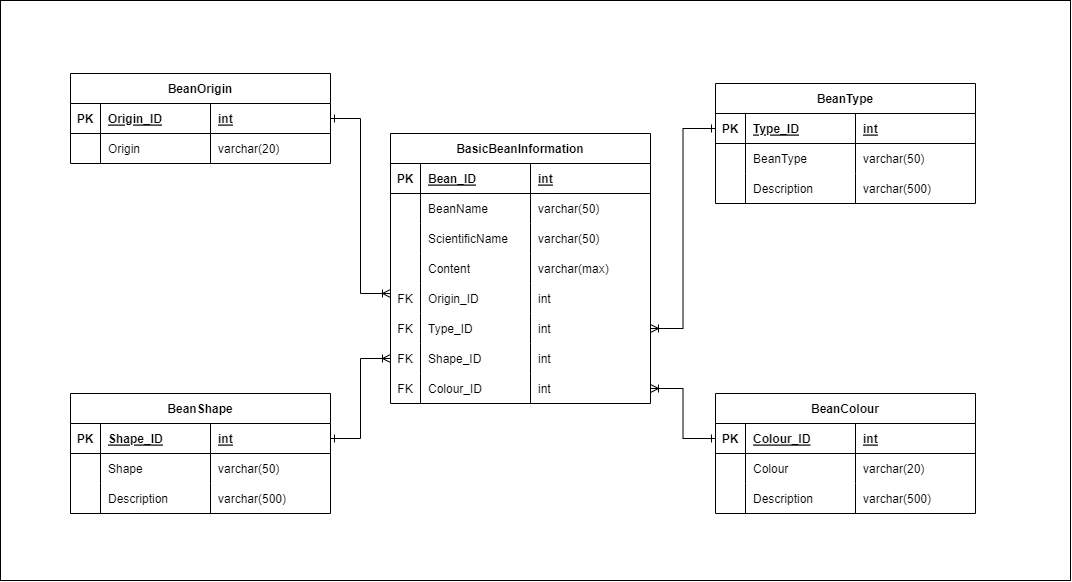
Before: ERD/BRD.drawio.png, a diagram exported from draw.io (BBD-Beanpedia/Beanpedia). Source tidied: cells renumbered, new cells last; positions are measured from the earlier drawing's top-left corner, leaving out a move shared by most shapes.
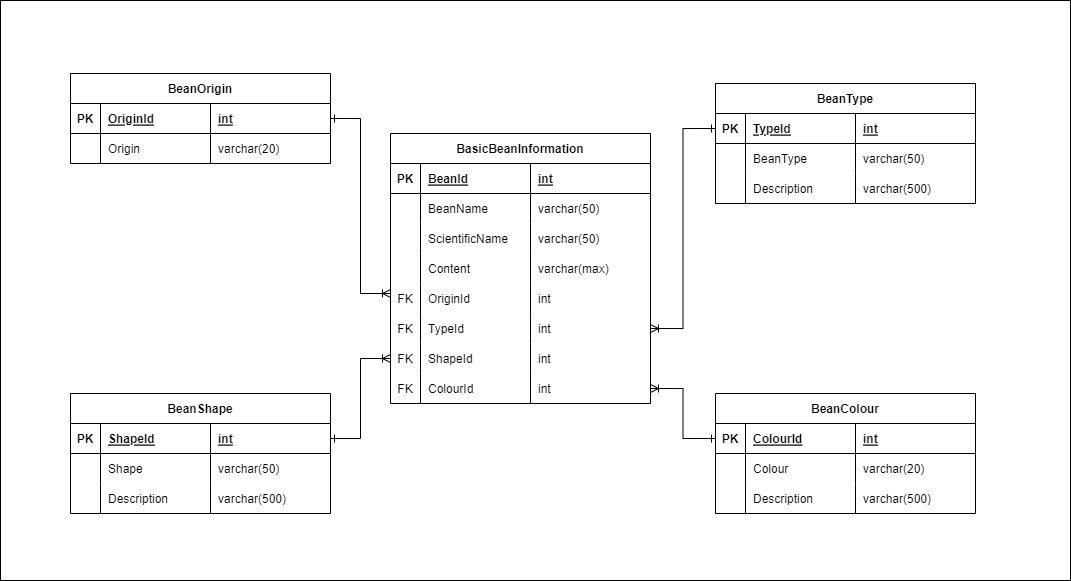
The same file after the commit.

The edit, as a diff of the source:
```diff
@@ -14,7 +14,7 @@
     <mxCell id="5" value="PK" style="shape=partialRectangle;overflow=hidden;fillColor=none;top=0;left=0;bottom=0;right=0;fontStyle=1;" parent="4" vertex="1">
       <mxGeometry width="30" height="30" as="geometry" />
     </mxCell>
-    <mxCell id="6" value="Shape_ID" style="shape=partialRectangle;overflow=hidden;fillColor=none;top=0;left=0;bottom=0;right=0;align=left;spacingLeft=6;fontStyle=5;" parent="4" vertex="1">
+    <mxCell id="6" value="ShapeId" style="shape=partialRectangle;overflow=hidden;fillColor=none;top=0;left=0;bottom=0;right=0;align=left;spacingLeft=6;fontStyle=5;" parent="4" vertex="1">
       <mxGeometry x="30" width="110" height="30" as="geometry" />
     </mxCell>
     <mxCell id="7" value="int" style="shape=partialRectangle;overflow=hidden;fillColor=none;top=0;left=0;bottom=0;right=0;align=left;spacingLeft=6;fontStyle=5;" parent="4" vertex="1">
@@ -53,7 +53,7 @@
     <mxCell id="18" value="PK" style="shape=partialRectangle;overflow=hidden;fillColor=none;top=0;left=0;bottom=0;right=0;fontStyle=1;" parent="17" vertex="1">
       <mxGeometry width="30" height="30" as="geometry" />
     </mxCell>
-    <mxCell id="19" value="Origin_ID" style="shape=partialRectangle;overflow=hidden;fillColor=none;top=0;left=0;bottom=0;right=0;align=left;spacingLeft=6;fontStyle=5;" parent="17" vertex="1">
+    <mxCell id="19" value="OriginId" style="shape=partialRectangle;overflow=hidden;fillColor=none;top=0;left=0;bottom=0;right=0;align=left;spacingLeft=6;fontStyle=5;" parent="17" vertex="1">
       <mxGeometry x="30" width="110" height="30" as="geometry" />
     </mxCell>
     <mxCell id="20" value="int" style="shape=partialRectangle;overflow=hidden;fillColor=none;top=0;left=0;bottom=0;right=0;align=left;spacingLeft=6;fontStyle=5;" parent="17" vertex="1">
@@ -80,7 +80,7 @@
     <mxCell id="27" value="PK" style="shape=partialRectangle;overflow=hidden;fillColor=none;top=0;left=0;bottom=0;right=0;fontStyle=1;" parent="26" vertex="1">
       <mxGeometry width="30" height="30" as="geometry" />
     </mxCell>
-    <mxCell id="28" value="Bean_ID" style="shape=partialRectangle;overflow=hidden;fillColor=none;top=0;left=0;bottom=0;right=0;align=left;spacingLeft=6;fontStyle=5;" parent="26" vertex="1">
+    <mxCell id="28" value="BeanId" style="shape=partialRectangle;overflow=hidden;fillColor=none;top=0;left=0;bottom=0;right=0;align=left;spacingLeft=6;fontStyle=5;" parent="26" vertex="1">
       <mxGeometry x="30" width="110" height="30" as="geometry" />
     </mxCell>
     <mxCell id="29" value="int" style="shape=partialRectangle;overflow=hidden;fillColor=none;top=0;left=0;bottom=0;right=0;align=left;spacingLeft=6;fontStyle=5;" parent="26" vertex="1">
@@ -128,7 +128,7 @@
     <mxCell id="43" value="FK" style="shape=partialRectangle;overflow=hidden;fillColor=none;top=0;left=0;bottom=0;right=0;" parent="42" vertex="1">
       <mxGeometry width="30" height="30" as="geometry" />
     </mxCell>
-    <mxCell id="44" value="Origin_ID" style="shape=partialRectangle;overflow=hidden;fillColor=none;top=0;left=0;bottom=0;right=0;align=left;spacingLeft=6;" parent="42" vertex="1">
+    <mxCell id="44" value="OriginId" style="shape=partialRectangle;overflow=hidden;fillColor=none;top=0;left=0;bottom=0;right=0;align=left;spacingLeft=6;" parent="42" vertex="1">
       <mxGeometry x="30" width="110" height="30" as="geometry" />
     </mxCell>
     <mxCell id="45" value="int" style="shape=partialRectangle;overflow=hidden;fillColor=none;top=0;left=0;bottom=0;right=0;align=left;spacingLeft=6;" parent="42" vertex="1">
@@ -140,7 +140,7 @@
     <mxCell id="47" value="FK" style="shape=partialRectangle;overflow=hidden;fillColor=none;top=0;left=0;bottom=0;right=0;" parent="46" vertex="1">
       <mxGeometry width="30" height="30" as="geometry" />
     </mxCell>
-    <mxCell id="48" value="Type_ID" style="shape=partialRectangle;overflow=hidden;fillColor=none;top=0;left=0;bottom=0;right=0;align=left;spacingLeft=6;" parent="46" vertex="1">
+    <mxCell id="48" value="TypeId" style="shape=partialRectangle;overflow=hidden;fillColor=none;top=0;left=0;bottom=0;right=0;align=left;spacingLeft=6;" parent="46" vertex="1">
       <mxGeometry x="30" width="110" height="30" as="geometry" />
     </mxCell>
     <mxCell id="49" value="int" style="shape=partialRectangle;overflow=hidden;fillColor=none;top=0;left=0;bottom=0;right=0;align=left;spacingLeft=6;" parent="46" vertex="1">
@@ -152,7 +152,7 @@
     <mxCell id="51" value="FK" style="shape=partialRectangle;overflow=hidden;fillColor=none;top=0;left=0;bottom=0;right=0;" parent="50" vertex="1">
       <mxGeometry width="30" height="30" as="geometry" />
     </mxCell>
-    <mxCell id="52" value="Shape_ID" style="shape=partialRectangle;overflow=hidden;fillColor=none;top=0;left=0;bottom=0;right=0;align=left;spacingLeft=6;" parent="50" vertex="1">
+    <mxCell id="52" value="ShapeId" style="shape=partialRectangle;overflow=hidden;fillColor=none;top=0;left=0;bottom=0;right=0;align=left;spacingLeft=6;" parent="50" vertex="1">
       <mxGeometry x="30" width="110" height="30" as="geometry" />
     </mxCell>
     <mxCell id="53" value="int" style="shape=partialRectangle;overflow=hidden;fillColor=none;top=0;left=0;bottom=0;right=0;align=left;spacingLeft=6;" parent="50" vertex="1">
@@ -164,7 +164,7 @@
     <mxCell id="55" value="FK" style="shape=partialRectangle;overflow=hidden;fillColor=none;top=0;left=0;bottom=0;right=0;" parent="54" vertex="1">
       <mxGeometry width="30" height="30" as="geometry" />
     </mxCell>
-    <mxCell id="56" value="Colour_ID" style="shape=partialRectangle;overflow=hidden;fillColor=none;top=0;left=0;bottom=0;right=0;align=left;spacingLeft=6;" parent="54" vertex="1">
+    <mxCell id="56" value="ColourId" style="shape=partialRectangle;overflow=hidden;fillColor=none;top=0;left=0;bottom=0;right=0;align=left;spacingLeft=6;" parent="54" vertex="1">
       <mxGeometry x="30" width="110" height="30" as="geometry" />
     </mxCell>
     <mxCell id="57" value="int" style="shape=partialRectangle;overflow=hidden;fillColor=none;top=0;left=0;bottom=0;right=0;align=left;spacingLeft=6;" parent="54" vertex="1">
@@ -179,7 +179,7 @@
     <mxCell id="60" value="PK" style="shape=partialRectangle;overflow=hidden;fillColor=none;top=0;left=0;bottom=0;right=0;fontStyle=1;" parent="59" vertex="1">
       <mxGeometry width="30" height="30" as="geometry" />
     </mxCell>
-    <mxCell id="61" value="Type_ID" style="shape=partialRectangle;overflow=hidden;fillColor=none;top=0;left=0;bottom=0;right=0;align=left;spacingLeft=6;fontStyle=5;" parent="59" vertex="1">
+    <mxCell id="61" value="TypeId" style="shape=partialRectangle;overflow=hidden;fillColor=none;top=0;left=0;bottom=0;right=0;align=left;spacingLeft=6;fontStyle=5;" parent="59" vertex="1">
       <mxGeometry x="30" width="110" height="30" as="geometry" />
     </mxCell>
     <mxCell id="62" value="int" style="shape=partialRectangle;overflow=hidden;fillColor=none;top=0;left=0;bottom=0;right=0;align=left;spacingLeft=6;fontStyle=5;" parent="59" vertex="1">
@@ -227,7 +227,7 @@
     <mxCell id="76" value="PK" style="shape=partialRectangle;overflow=hidden;fillColor=none;top=0;left=0;bottom=0;right=0;fontStyle=1;" parent="75" vertex="1">
       <mxGeometry width="30" height="30" as="geometry" />
     </mxCell>
-    <mxCell id="77" value="Colour_ID" style="shape=partialRectangle;overflow=hidden;fillColor=none;top=0;left=0;bottom=0;right=0;align=left;spacingLeft=6;fontStyle=5;" parent="75" vertex="1">
+    <mxCell id="77" value="ColourId" style="shape=partialRectangle;overflow=hidden;fillColor=none;top=0;left=0;bottom=0;right=0;align=left;spacingLeft=6;fontStyle=5;" parent="75" vertex="1">
       <mxGeometry x="30" width="110" height="30" as="geometry" />
     </mxCell>
     <mxCell id="78" value="int" style="shape=partialRectangle;overflow=hidden;fillColor=none;top=0;left=0;bottom=0;right=0;align=left;spacingLeft=6;fontStyle=5;" parent="75" vertex="1">
```
